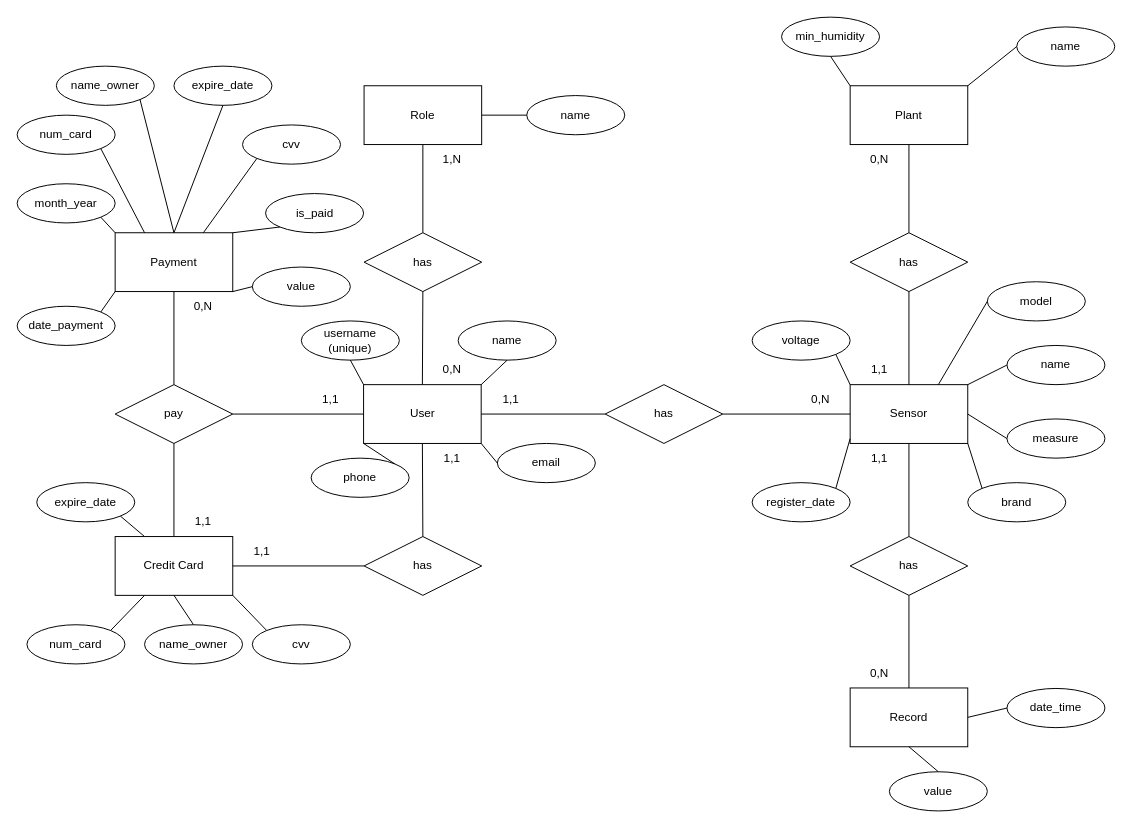
Above: models/#modelling/conceptual_model_db.drawio in lucas-azdias/PjBL-Experiencia-Criativa (draw.io), before the change. Source tidied: cells renumbered, new cells numbered last; positions are measured from the earlier drawing's top-left corner, leaving out a move shared by most shapes. Both pictures are drawn from the tidied source at 98%, with x=0, y=0 at pixel (17, 17).
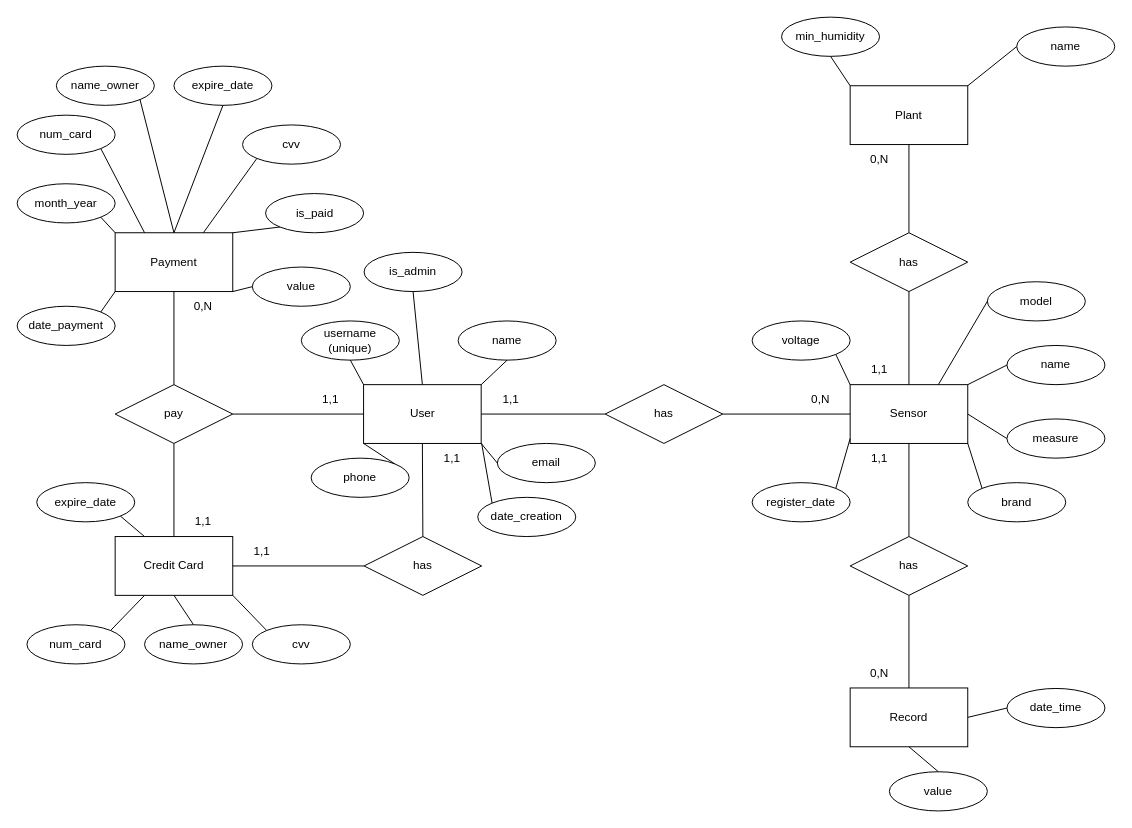
After the change.

Commit message (it also covers changes not shown here):
fix conceptual and user

Unchanged cells that the change refers to:
```xml
<mxCell id="2" value="User" style="rounded=0;whiteSpace=wrap;html=1;" parent="1" vertex="1">
  <mxGeometry x="353.5" y="375" width="120" height="60" as="geometry" />
</mxCell>
<mxCell id="76" value="1,1" style="text;html=1;strokeColor=none;fillColor=none;align=center;verticalAlign=middle;whiteSpace=wrap;rounded=0;" parent="1" vertex="1">
  <mxGeometry x="414" y="435" width="60" height="30" as="geometry" />
</mxCell>
```

Change to the diagram source:
```diff
@@
-    <mxCell id="19" value="has" style="shape=rhombus;perimeter=rhombusPerimeter;whiteSpace=wrap;html=1;align=center;" parent="1" vertex="1">
-      <mxGeometry x="354" y="220" width="120" height="60" as="geometry" />
-    </mxCell>
-    <mxCell id="20" value="Role" style="rounded=0;whiteSpace=wrap;html=1;" parent="1" vertex="1">
-      <mxGeometry x="354" y="70" width="120" height="60" as="geometry" />
-    </mxCell>
-    <mxCell id="21" style="endArrow=none;html=1;rounded=0;exitX=0.5;exitY=1;exitDx=0;exitDy=0;entryX=0.5;entryY=0;entryDx=0;entryDy=0;" parent="1" edge="1" source="19" target="2">
-      <mxGeometry relative="1" as="geometry" />
-    </mxCell>
-    <mxCell id="22" style="endArrow=none;html=1;rounded=0;exitX=0.5;exitY=0;exitDx=0;exitDy=0;entryX=0.5;entryY=1;entryDx=0;entryDy=0;" parent="1" edge="1" source="19" target="20">
-      <mxGeometry relative="1" as="geometry" />
-    </mxCell>
@@
-    <mxCell id="28" value="name" style="ellipse;whiteSpace=wrap;html=1;align=center;" parent="1" vertex="1">
-      <mxGeometry x="520" y="80" width="100" height="40" as="geometry" />
-    </mxCell>
-    <mxCell id="29" style="endArrow=none;html=1;rounded=0;exitX=0;exitY=0.5;exitDx=0;exitDy=0;entryX=1;entryY=0.5;entryDx=0;entryDy=0;" parent="1" edge="1" source="28" target="20">
-      <mxGeometry relative="1" as="geometry" />
-    </mxCell>
@@
-    <mxCell id="77" value="0,N" style="text;html=1;strokeColor=none;fillColor=none;align=center;verticalAlign=middle;whiteSpace=wrap;rounded=0;" parent="1" vertex="1">
-      <mxGeometry x="414" y="345" width="60" height="30" as="geometry" />
-    </mxCell>
-    <mxCell id="78" value="1,N" style="text;html=1;strokeColor=none;fillColor=none;align=center;verticalAlign=middle;whiteSpace=wrap;rounded=0;" parent="1" vertex="1">
-      <mxGeometry x="414" y="130" width="60" height="30" as="geometry" />
-    </mxCell>
@@
+    <mxCell id="95" value="is_admin" style="ellipse;whiteSpace=wrap;html=1;align=center;" parent="1" vertex="1">
+      <mxGeometry x="354" y="240" width="100" height="40" as="geometry" />
+    </mxCell>
+    <mxCell id="96" value="date_creation" style="ellipse;whiteSpace=wrap;html=1;align=center;" parent="1" vertex="1">
+      <mxGeometry x="470" y="490" width="100" height="40" as="geometry" />
+    </mxCell>
+    <mxCell id="97" style="endArrow=none;html=1;rounded=0;exitX=0;exitY=0;exitDx=0;exitDy=0;entryX=1;entryY=0;entryDx=0;entryDy=0;" parent="1" edge="1" source="96" target="76">
+      <mxGeometry relative="1" as="geometry" />
+    </mxCell>
+    <mxCell id="98" style="endArrow=none;html=1;rounded=0;exitX=0.5;exitY=1;exitDx=0;exitDy=0;entryX=0.5;entryY=0;entryDx=0;entryDy=0;" parent="1" edge="1" source="95" target="2">
+      <mxGeometry relative="1" as="geometry" />
+    </mxCell>
```
